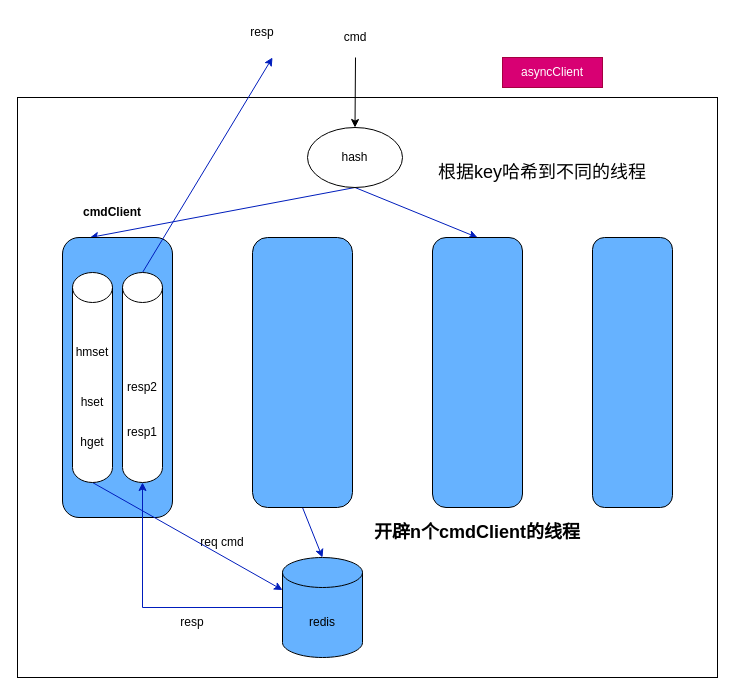
Above: async_client.drawio in junaozun/redisxcli-async (draw.io), before the change. Source tidied: cells renumbered, new cells numbered last; positions are measured from the earlier drawing's top-left corner, leaving out a move shared by most shapes. Both pictures are drawn from the tidied source at 100%, with x=0, y=0 at pixel (17, 17).
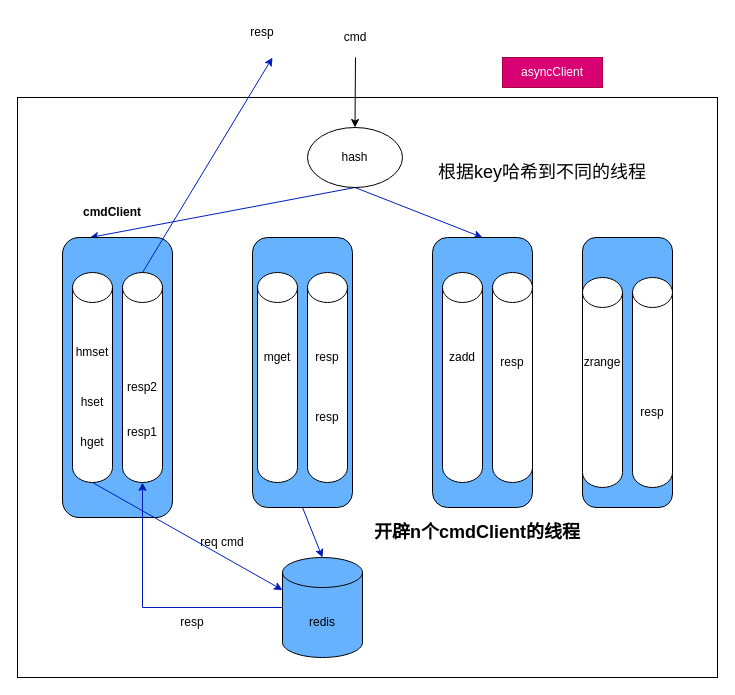
The same diagram, later.

The edit, as a diff of the source:
```diff
@@
     <mxCell id="9" style="rounded=1;whiteSpace=wrap;html=1;fillColor=#66B2FF;" parent="1" vertex="1">
-      <mxGeometry x="415" y="220" width="90" height="270" as="geometry" />
+      <mxGeometry x="415" y="220" width="100" height="270" as="geometry" />
     </mxCell>
     <mxCell id="10" style="rounded=1;whiteSpace=wrap;html=1;fillColor=#66B2FF;" parent="1" vertex="1">
-      <mxGeometry x="575" y="220" width="80" height="270" as="geometry" />
+      <mxGeometry x="565" y="220" width="90" height="270" as="geometry" />
     </mxCell>
@@
+    <mxCell id="32" style="shape=cylinder3;whiteSpace=wrap;html=1;boundedLbl=1;backgroundOutline=1;size=15;" parent="1" vertex="1">
+      <mxGeometry x="240" y="255" width="40" height="210" as="geometry" />
+    </mxCell>
+    <mxCell id="33" style="shape=cylinder3;whiteSpace=wrap;html=1;boundedLbl=1;backgroundOutline=1;size=15;" parent="1" vertex="1">
+      <mxGeometry x="290" y="255" width="40" height="210" as="geometry" />
+    </mxCell>
+    <mxCell id="34" style="shape=cylinder3;whiteSpace=wrap;html=1;boundedLbl=1;backgroundOutline=1;size=15;" parent="1" vertex="1">
+      <mxGeometry x="425" y="255" width="40" height="210" as="geometry" />
+    </mxCell>
+    <mxCell id="35" style="shape=cylinder3;whiteSpace=wrap;html=1;boundedLbl=1;backgroundOutline=1;size=15;" parent="1" vertex="1">
+      <mxGeometry x="475" y="255" width="40" height="210" as="geometry" />
+    </mxCell>
+    <mxCell id="36" style="shape=cylinder3;whiteSpace=wrap;html=1;boundedLbl=1;backgroundOutline=1;size=15;" parent="1" vertex="1">
+      <mxGeometry x="565" y="260" width="40" height="210" as="geometry" />
+    </mxCell>
+    <mxCell id="37" style="shape=cylinder3;whiteSpace=wrap;html=1;boundedLbl=1;backgroundOutline=1;size=15;" parent="1" vertex="1">
+      <mxGeometry x="615" y="260" width="40" height="210" as="geometry" />
+    </mxCell>
+    <mxCell id="38" value="mget" style="text;html=1;strokeColor=none;fillColor=none;align=center;verticalAlign=middle;whiteSpace=wrap;rounded=0;" parent="1" vertex="1">
+      <mxGeometry x="230" y="325" width="60" height="30" as="geometry" />
+    </mxCell>
+    <mxCell id="39" value="resp" style="text;html=1;strokeColor=none;fillColor=none;align=center;verticalAlign=middle;whiteSpace=wrap;rounded=0;" parent="1" vertex="1">
+      <mxGeometry x="280" y="325" width="60" height="30" as="geometry" />
+    </mxCell>
+    <mxCell id="40" value="zadd" style="text;html=1;strokeColor=none;fillColor=none;align=center;verticalAlign=middle;whiteSpace=wrap;rounded=0;" parent="1" vertex="1">
+      <mxGeometry x="415" y="325" width="60" height="30" as="geometry" />
+    </mxCell>
+    <mxCell id="41" value="resp" style="text;html=1;strokeColor=none;fillColor=none;align=center;verticalAlign=middle;whiteSpace=wrap;rounded=0;" parent="1" vertex="1">
+      <mxGeometry x="465" y="330" width="60" height="30" as="geometry" />
+    </mxCell>
+    <mxCell id="42" value="zrange" style="text;html=1;strokeColor=none;fillColor=none;align=center;verticalAlign=middle;whiteSpace=wrap;rounded=0;" parent="1" vertex="1">
+      <mxGeometry x="555" y="330" width="60" height="30" as="geometry" />
+    </mxCell>
+    <mxCell id="43" value="resp" style="text;html=1;strokeColor=none;fillColor=none;align=center;verticalAlign=middle;whiteSpace=wrap;rounded=0;" parent="1" vertex="1">
+      <mxGeometry x="280" y="385" width="60" height="30" as="geometry" />
+    </mxCell>
+    <mxCell id="44" value="resp" style="text;html=1;strokeColor=none;fillColor=none;align=center;verticalAlign=middle;whiteSpace=wrap;rounded=0;" parent="1" vertex="1">
+      <mxGeometry x="605" y="380" width="60" height="30" as="geometry" />
+    </mxCell>
```
